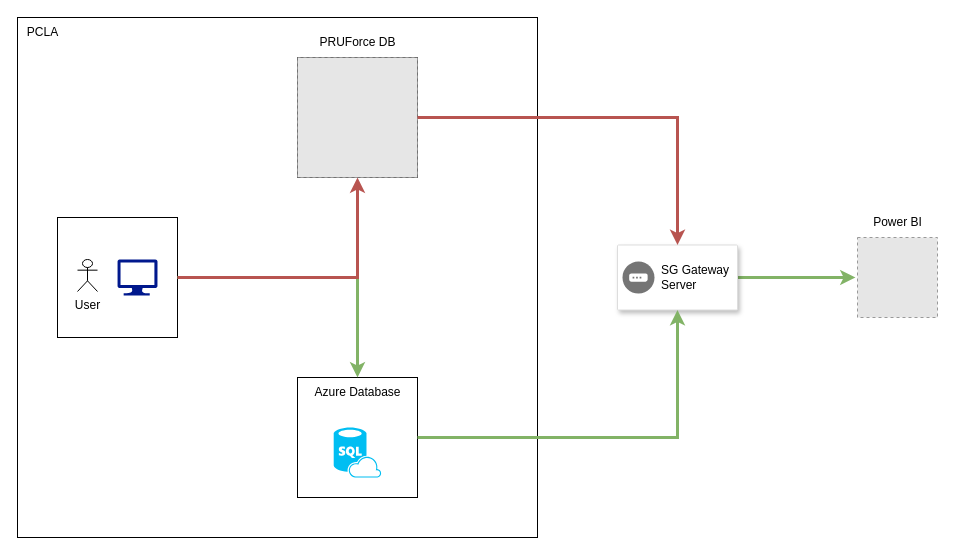
Before: PRUForce data diagram.drawio in sovanminea/pru, a draw.io diagram. Source tidied: cells renumbered, new cells numbered last; positions are measured from the earlier drawing's top-left corner, leaving out a move shared by most shapes. Both pictures are drawn from the tidied source at 100%, with x=0, y=0 at pixel (17, 17). Pictures stored in the file or linked from it are replaced by grey dashed boxes.
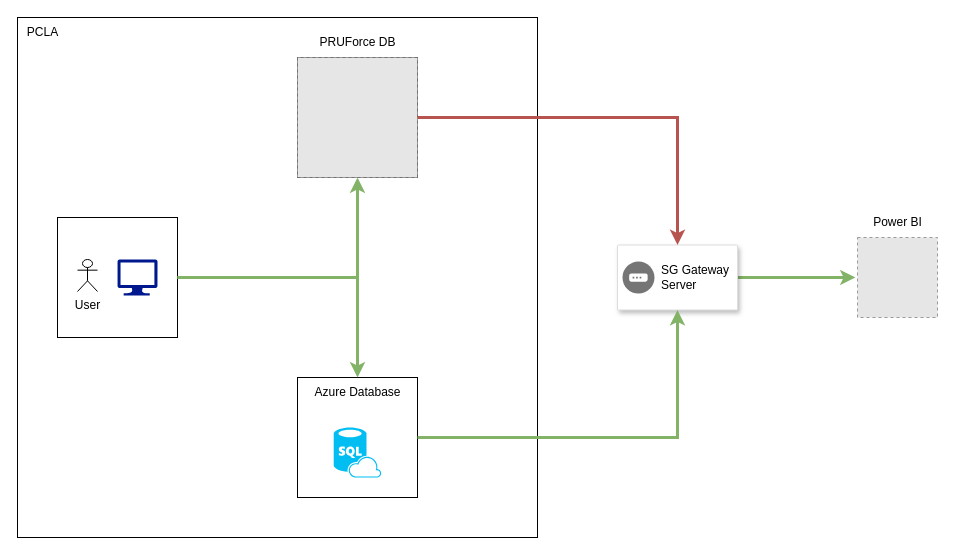
The same diagram, later.

Unchanged cells that the change refers to:
```xml
<mxCell id="4" style="whiteSpace=wrap;html=1;fillColor=none;" parent="3" vertex="1">
  <mxGeometry width="120" height="120" as="geometry" />
</mxCell>
<mxCell id="21" style="fillColor=#E6E6E6;strokeColor=#999999;dashed=1;verticalLabelPosition=bottom;labelBackgroundColor=default;verticalAlign=top;" parent="19" vertex="1">
  <mxGeometry width="120" height="120" as="geometry" />
</mxCell>
```

The edit, as a diff of the source:
```diff
@@
-    <mxCell id="26" style="edgeStyle=orthogonalEdgeStyle;rounded=0;jettySize=auto;html=1;strokeWidth=3;fillColor=#f8cecc;strokeColor=#b85450;" parent="1" edge="1" source="4" target="21">
+    <mxCell id="26" style="edgeStyle=orthogonalEdgeStyle;rounded=0;jettySize=auto;html=1;strokeWidth=3;fillColor=#d5e8d4;strokeColor=#82b366;" parent="1" edge="1" source="4" target="21">
       <mxGeometry relative="1" as="geometry" />
     </mxCell>
```
